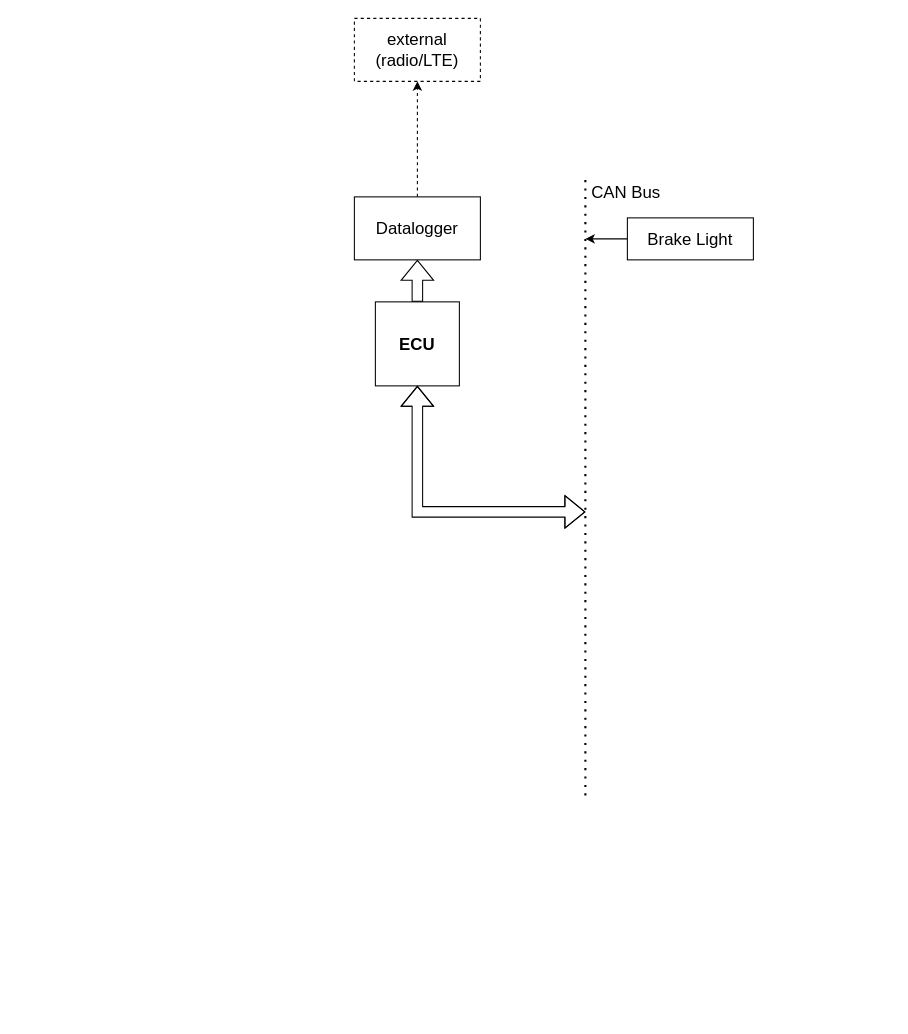
The draw.io diagram IC22 Electronics.drawio in ugracing/documents, before the edit. Source tidied: cells renumbered, new cells numbered last; positions are measured from the earlier drawing's top-left corner, leaving out a move shared by most shapes. Both pictures are drawn from the tidied source at 105%, with x=0, y=0 at pixel (354, 18).
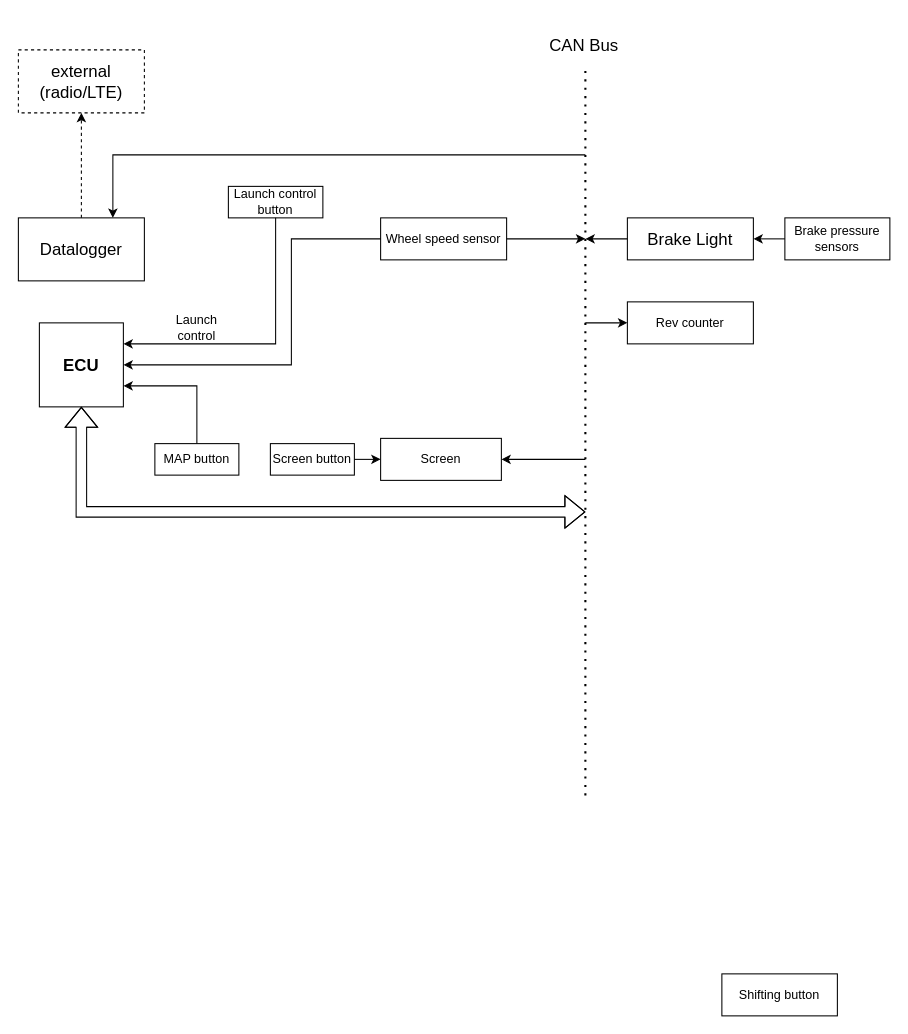
After the change.

Commit message:
Added some more things, but it's still nowhere near complete

The change refers to these unchanged cells:
```xml
<mxCell id="9" value="Brake Light" style="rounded=0;whiteSpace=wrap;html=1;fontSize=16;" parent="1" vertex="1">
  <mxGeometry x="260" y="190" width="120" height="40" as="geometry" />
</mxCell>
```

The edit, as a diff of the source:
```diff
@@
     <mxCell id="2" value="ECU" style="whiteSpace=wrap;html=1;fontSize=16;fontStyle=1;" parent="1" vertex="1">
-      <mxGeometry x="20" y="270" width="80" height="80" as="geometry" />
+      <mxGeometry x="-300" y="290" width="80" height="80" as="geometry" />
     </mxCell>
     <mxCell id="3" value="Datalogger" style="rounded=0;whiteSpace=wrap;html=1;fontSize=16;" parent="1" vertex="1">
-      <mxGeometry y="170" width="120" height="60" as="geometry" />
+      <mxGeometry x="-320" y="190" width="120" height="60" as="geometry" />
     </mxCell>
@@
     <mxCell id="5" value="external (radio/LTE)" style="rounded=0;whiteSpace=wrap;html=1;fontSize=16;dashed=1;" parent="1" vertex="1">
-      <mxGeometry width="120" height="60" as="geometry" />
+      <mxGeometry x="-320" y="30" width="120" height="60" as="geometry" />
     </mxCell>
-    <mxCell id="6" style="shape=flexArrow;endArrow=classic;html=1;rounded=0;fontSize=16;exitX=0.5;exitY=0;exitDx=0;exitDy=0;entryX=0.5;entryY=1;entryDx=0;entryDy=0;" parent="1" edge="1" source="2" target="3">
-      <mxGeometry relative="1" as="geometry" />
-    </mxCell>
     <mxCell id="7" style="endArrow=none;dashed=1;html=1;dashPattern=1 3;strokeWidth=2;rounded=0;fontSize=16;" parent="1" edge="1">
       <mxGeometry relative="1" as="geometry">
         <mxPoint x="220" y="740" as="sourcePoint" />
-        <mxPoint x="220" y="150" as="targetPoint" />
+        <mxPoint x="220" y="50" as="targetPoint" />
       </mxGeometry>
     </mxCell>
     <mxCell id="8" value="CAN Bus" style="text;strokeColor=none;fillColor=none;align=left;verticalAlign=middle;spacingLeft=4;spacingRight=4;overflow=hidden;dashed=1;fontSize=16;" parent="1" vertex="1">
-      <mxGeometry x="220" y="150" width="80" height="30" as="geometry" />
+      <mxGeometry x="180" y="10" width="80" height="30" as="geometry" />
     </mxCell>
@@
     <mxCell id="11" style="shape=flexArrow;endArrow=classic;startArrow=classic;html=1;rounded=0;fontSize=16;entryX=0.5;entryY=1;entryDx=0;entryDy=0;" parent="1" edge="1" target="2">
       <mxGeometry relative="1" as="geometry">
         <mxPoint x="220" y="470" as="sourcePoint" />
         <Array as="points">
-          <mxPoint x="60" y="470" />
+          <mxPoint x="-260" y="470" />
         </Array>
       </mxGeometry>
     </mxCell>
+    <mxCell id="12" value="Brake pressure sensors" style="rounded=0;whiteSpace=wrap;html=1;fontSize=12;" parent="1" vertex="1">
+      <mxGeometry x="410" y="190" width="100" height="40" as="geometry" />
+    </mxCell>
+    <mxCell id="13" style="endArrow=classic;html=1;rounded=0;fontSize=12;exitX=0;exitY=0.5;exitDx=0;exitDy=0;entryX=1;entryY=0.5;entryDx=0;entryDy=0;" parent="1" edge="1" source="12" target="9">
+      <mxGeometry relative="1" as="geometry" />
+    </mxCell>
+    <mxCell id="14" value="Rev counter" style="rounded=0;whiteSpace=wrap;html=1;fontSize=12;" parent="1" vertex="1">
+      <mxGeometry x="260" y="270" width="120" height="40" as="geometry" />
+    </mxCell>
+    <mxCell id="15" style="endArrow=classic;html=1;rounded=0;fontSize=12;entryX=0;entryY=0.5;entryDx=0;entryDy=0;" parent="1" edge="1" target="14">
+      <mxGeometry relative="1" as="geometry">
+        <mxPoint x="220" y="290" as="sourcePoint" />
+      </mxGeometry>
+    </mxCell>
+    <mxCell id="16" value="Wheel speed sensor" style="rounded=0;whiteSpace=wrap;html=1;fontSize=12;" parent="1" vertex="1">
+      <mxGeometry x="25" y="190" width="120" height="40" as="geometry" />
+    </mxCell>
+    <mxCell id="17" style="endArrow=classic;html=1;rounded=0;fontSize=12;exitX=0;exitY=0.5;exitDx=0;exitDy=0;entryX=1;entryY=0.5;entryDx=0;entryDy=0;" parent="1" edge="1" source="16" target="2">
+      <mxGeometry relative="1" as="geometry">
+        <Array as="points">
+          <mxPoint x="-60" y="210" />
+          <mxPoint x="-60" y="330" />
+        </Array>
+      </mxGeometry>
+    </mxCell>
+    <mxCell id="18" value="Launch control" style="text;html=1;strokeColor=none;fillColor=none;align=center;verticalAlign=middle;whiteSpace=wrap;rounded=0;fontSize=12;" parent="1" vertex="1">
+      <mxGeometry x="-180" y="280" width="60" height="30" as="geometry" />
+    </mxCell>
+    <mxCell id="19" style="endArrow=classic;html=1;rounded=0;fontSize=12;exitX=1;exitY=0.5;exitDx=0;exitDy=0;" parent="1" edge="1" source="16">
+      <mxGeometry relative="1" as="geometry">
+        <mxPoint x="220" y="210" as="targetPoint" />
+      </mxGeometry>
+    </mxCell>
+    <mxCell id="20" value="Launch control button" style="rounded=0;whiteSpace=wrap;html=1;fontSize=12;" parent="1" vertex="1">
+      <mxGeometry x="-120" y="160" width="90" height="30" as="geometry" />
+    </mxCell>
+    <mxCell id="21" style="endArrow=classic;html=1;rounded=0;fontSize=12;entryX=1;entryY=0.25;entryDx=0;entryDy=0;" parent="1" edge="1" source="20" target="2">
+      <mxGeometry relative="1" as="geometry">
+        <Array as="points">
+          <mxPoint x="-75" y="310" />
+        </Array>
+      </mxGeometry>
+    </mxCell>
+    <mxCell id="22" value="Screen" style="rounded=0;whiteSpace=wrap;html=1;fontSize=12;" parent="1" vertex="1">
+      <mxGeometry x="25" y="400" width="115" height="40" as="geometry" />
+    </mxCell>
+    <mxCell id="23" style="endArrow=classic;html=1;rounded=0;fontSize=12;entryX=1;entryY=0.5;entryDx=0;entryDy=0;" parent="1" edge="1" target="22">
+      <mxGeometry relative="1" as="geometry">
+        <mxPoint x="220" y="420" as="sourcePoint" />
+      </mxGeometry>
+    </mxCell>
+    <mxCell id="24" value="Screen button" style="rounded=0;whiteSpace=wrap;html=1;fontSize=12;" parent="1" vertex="1">
+      <mxGeometry x="-80" y="405" width="80" height="30" as="geometry" />
+    </mxCell>
+    <mxCell id="25" style="endArrow=classic;html=1;rounded=0;fontSize=12;exitX=1;exitY=0.5;exitDx=0;exitDy=0;entryX=0;entryY=0.5;entryDx=0;entryDy=0;" parent="1" edge="1" source="24" target="22">
+      <mxGeometry relative="1" as="geometry" />
+    </mxCell>
+    <mxCell id="26" value="MAP button" style="rounded=0;whiteSpace=wrap;html=1;fontSize=12;" parent="1" vertex="1">
+      <mxGeometry x="-190" y="405" width="80" height="30" as="geometry" />
+    </mxCell>
+    <mxCell id="27" style="endArrow=classic;html=1;rounded=0;fontSize=12;exitX=0.5;exitY=0;exitDx=0;exitDy=0;entryX=1;entryY=0.75;entryDx=0;entryDy=0;" parent="1" edge="1" source="26" target="2">
+      <mxGeometry relative="1" as="geometry">
+        <Array as="points">
+          <mxPoint x="-150" y="350" />
+        </Array>
+      </mxGeometry>
+    </mxCell>
+    <mxCell id="28" style="endArrow=classic;html=1;rounded=0;fontSize=12;entryX=0.75;entryY=0;entryDx=0;entryDy=0;" parent="1" edge="1" target="3">
+      <mxGeometry relative="1" as="geometry">
+        <mxPoint x="220" y="130" as="sourcePoint" />
+        <Array as="points">
+          <mxPoint x="-230" y="130" />
+        </Array>
+      </mxGeometry>
+    </mxCell>
+    <mxCell id="29" value="Shifting button" style="rounded=0;whiteSpace=wrap;html=1;fontSize=12;" parent="1" vertex="1">
+      <mxGeometry x="350" y="910" width="110" height="40" as="geometry" />
+    </mxCell>
```
